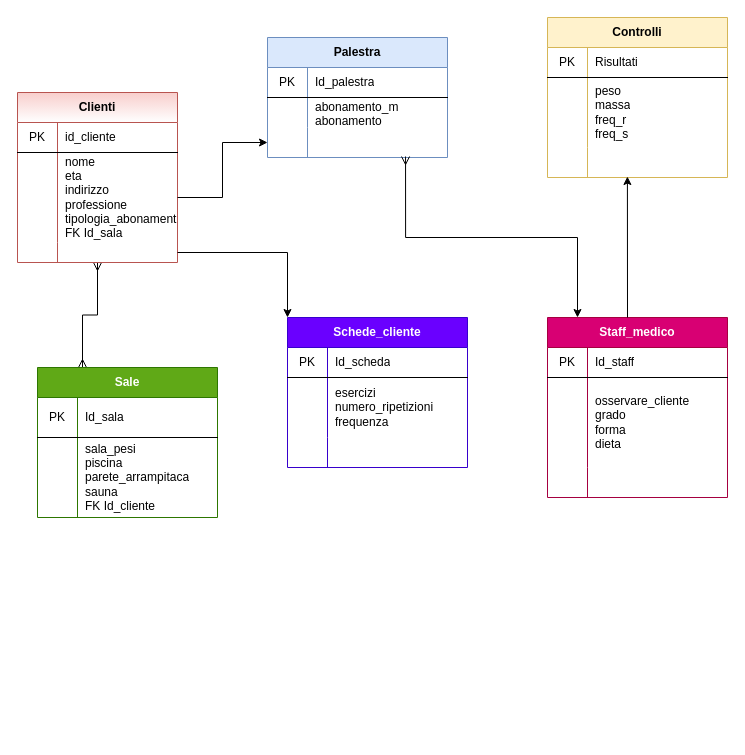
The draw.io diagram Untitled Diagram.drawio in giuliacangani02/Palestra, before the edit. Source tidied: cells renumbered, new cells numbered last; positions are measured from the earlier drawing's top-left corner, leaving out a move shared by most shapes. Both pictures are drawn from the tidied source at 100%, with x=0, y=0 at pixel (17, 17).
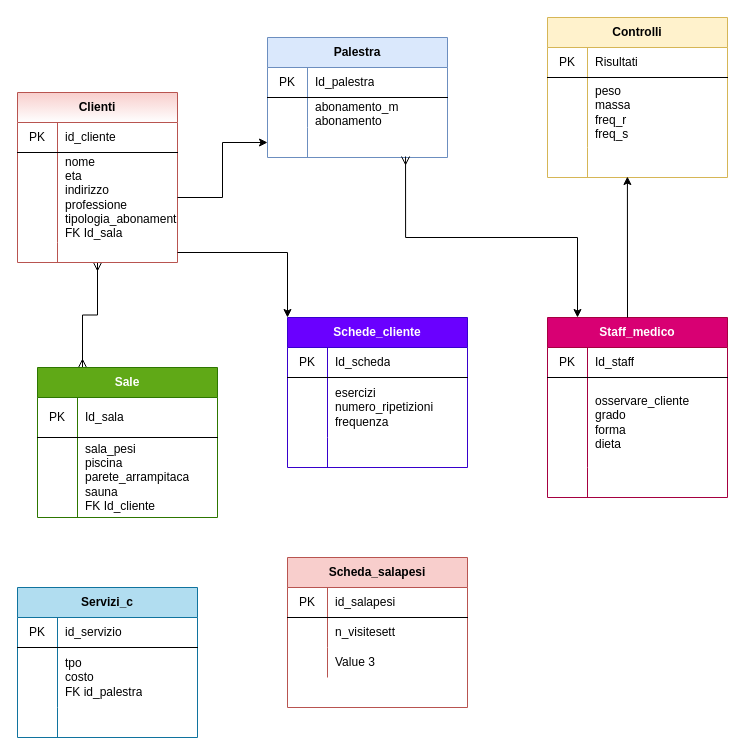
Above is the later version.

Change to the diagram source:
```diff
@@
+    <mxCell id="64" value="Scheda_salapesi" style="shape=table;html=1;whiteSpace=wrap;startSize=30;childLayout=tableLayout;rowLines=0;fontStyle=1;align=center;fillColor=#f8cecc;strokeColor=#b85450;" parent="1" vertex="1">
+      <mxGeometry x="270" y="540" width="180" height="150" as="geometry" />
+    </mxCell>
+    <mxCell id="65" style="shape=partialRectangle;html=1;whiteSpace=wrap;fillColor=none;top=0;left=0;bottom=1;right=0;" parent="64" vertex="1">
+      <mxGeometry y="30" width="180" height="30" as="geometry" />
+    </mxCell>
+    <mxCell id="66" value="PK" style="shape=partialRectangle;html=1;whiteSpace=wrap;fillColor=none;top=0;left=0;bottom=0;right=0;overflow=hidden;" parent="65" vertex="1">
+      <mxGeometry width="40" height="30" as="geometry" />
+    </mxCell>
+    <mxCell id="67" value="id_salapesi" style="shape=partialRectangle;html=1;whiteSpace=wrap;fillColor=none;top=0;left=0;bottom=0;right=0;align=left;spacingLeft=6;overflow=hidden;" parent="65" vertex="1">
+      <mxGeometry x="40" width="140" height="30" as="geometry" />
+    </mxCell>
+    <mxCell id="68" style="shape=partialRectangle;html=1;whiteSpace=wrap;fillColor=none;top=0;left=0;bottom=0;right=0;" parent="64" vertex="1">
+      <mxGeometry y="60" width="180" height="30" as="geometry" />
+    </mxCell>
+    <mxCell id="69" style="shape=partialRectangle;html=1;whiteSpace=wrap;fillColor=none;top=0;left=0;bottom=0;right=0;overflow=hidden;" parent="68" vertex="1">
+      <mxGeometry width="40" height="30" as="geometry" />
+    </mxCell>
+    <mxCell id="70" value="n_visitesett" style="shape=partialRectangle;html=1;whiteSpace=wrap;fillColor=none;top=0;left=0;bottom=0;right=0;align=left;spacingLeft=6;overflow=hidden;" parent="68" vertex="1">
+      <mxGeometry x="40" width="140" height="30" as="geometry" />
+    </mxCell>
+    <mxCell id="71" style="shape=partialRectangle;html=1;whiteSpace=wrap;fillColor=none;top=0;left=0;bottom=0;right=0;" parent="64" vertex="1">
+      <mxGeometry y="90" width="180" height="30" as="geometry" />
+    </mxCell>
+    <mxCell id="72" style="shape=partialRectangle;html=1;whiteSpace=wrap;fillColor=none;top=0;left=0;bottom=0;right=0;overflow=hidden;" parent="71" vertex="1">
+      <mxGeometry width="40" height="30" as="geometry" />
+    </mxCell>
+    <mxCell id="73" value="Value 3" style="shape=partialRectangle;html=1;whiteSpace=wrap;fillColor=none;top=0;left=0;bottom=0;right=0;align=left;spacingLeft=6;overflow=hidden;" parent="71" vertex="1">
+      <mxGeometry x="40" width="140" height="30" as="geometry" />
+    </mxCell>
+    <mxCell id="74" value="Servizi_c" style="shape=table;html=1;whiteSpace=wrap;startSize=30;childLayout=tableLayout;rowLines=0;fontStyle=1;align=center;fillColor=#b1ddf0;strokeColor=#10739e;" parent="1" vertex="1">
+      <mxGeometry y="570" width="180" height="150" as="geometry" />
+    </mxCell>
+    <mxCell id="75" style="shape=partialRectangle;html=1;whiteSpace=wrap;fillColor=none;top=0;left=0;bottom=1;right=0;" parent="74" vertex="1">
+      <mxGeometry y="30" width="180" height="30" as="geometry" />
+    </mxCell>
+    <mxCell id="76" value="PK" style="shape=partialRectangle;html=1;whiteSpace=wrap;fillColor=none;top=0;left=0;bottom=0;right=0;overflow=hidden;" parent="75" vertex="1">
+      <mxGeometry width="40" height="30" as="geometry" />
+    </mxCell>
+    <mxCell id="77" value="id_servizio" style="shape=partialRectangle;html=1;whiteSpace=wrap;fillColor=none;top=0;left=0;bottom=0;right=0;align=left;spacingLeft=6;overflow=hidden;" parent="75" vertex="1">
+      <mxGeometry x="40" width="140" height="30" as="geometry" />
+    </mxCell>
+    <mxCell id="78" style="shape=partialRectangle;html=1;whiteSpace=wrap;fillColor=none;top=0;left=0;bottom=0;right=0;" parent="74" vertex="1">
+      <mxGeometry y="60" width="180" height="60" as="geometry" />
+    </mxCell>
+    <mxCell id="79" style="shape=partialRectangle;html=1;whiteSpace=wrap;fillColor=none;top=0;left=0;bottom=0;right=0;overflow=hidden;" parent="78" vertex="1">
+      <mxGeometry width="40" height="60" as="geometry" />
+    </mxCell>
+    <mxCell id="80" value="tpo&lt;br&gt;costo&lt;br&gt;FK id_palestra&lt;br&gt;" style="shape=partialRectangle;html=1;whiteSpace=wrap;fillColor=none;top=0;left=0;bottom=0;right=0;align=left;spacingLeft=6;overflow=hidden;" parent="78" vertex="1">
+      <mxGeometry x="40" width="140" height="60" as="geometry" />
+    </mxCell>
+    <mxCell id="81" style="shape=partialRectangle;html=1;whiteSpace=wrap;fillColor=none;top=0;left=0;bottom=0;right=0;" parent="74" vertex="1">
+      <mxGeometry y="120" width="180" height="30" as="geometry" />
+    </mxCell>
+    <mxCell id="82" style="shape=partialRectangle;html=1;whiteSpace=wrap;fillColor=none;top=0;left=0;bottom=0;right=0;overflow=hidden;" parent="81" vertex="1">
+      <mxGeometry width="40" height="30" as="geometry" />
+    </mxCell>
+    <mxCell id="83" style="shape=partialRectangle;html=1;whiteSpace=wrap;fillColor=none;top=0;left=0;bottom=0;right=0;align=left;spacingLeft=6;overflow=hidden;" parent="81" vertex="1">
+      <mxGeometry x="40" width="140" height="30" as="geometry" />
+    </mxCell>
```
